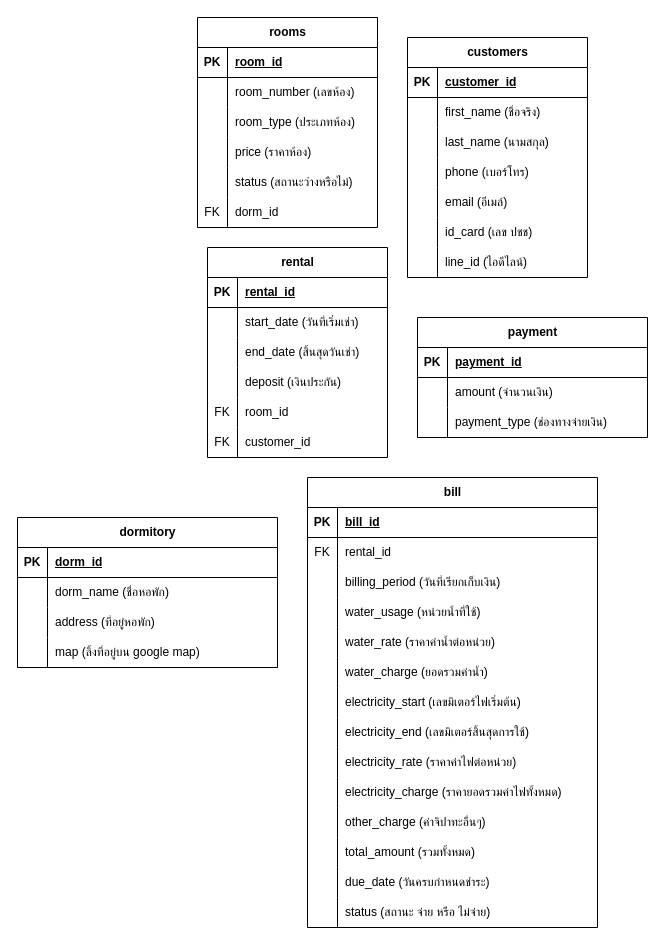
Earlier version of the draw.io diagram page "หน้า-1" (1 of 2) of databaseDesign.drawio (WanchaiSae/rentHorPa). Source tidied: cells renumbered, new cells numbered last; positions are measured from the earlier drawing's top-left corner, leaving out a move shared by most shapes. Both pictures are drawn from the tidied source at 100%, with x=0, y=0 at pixel (17, 17).
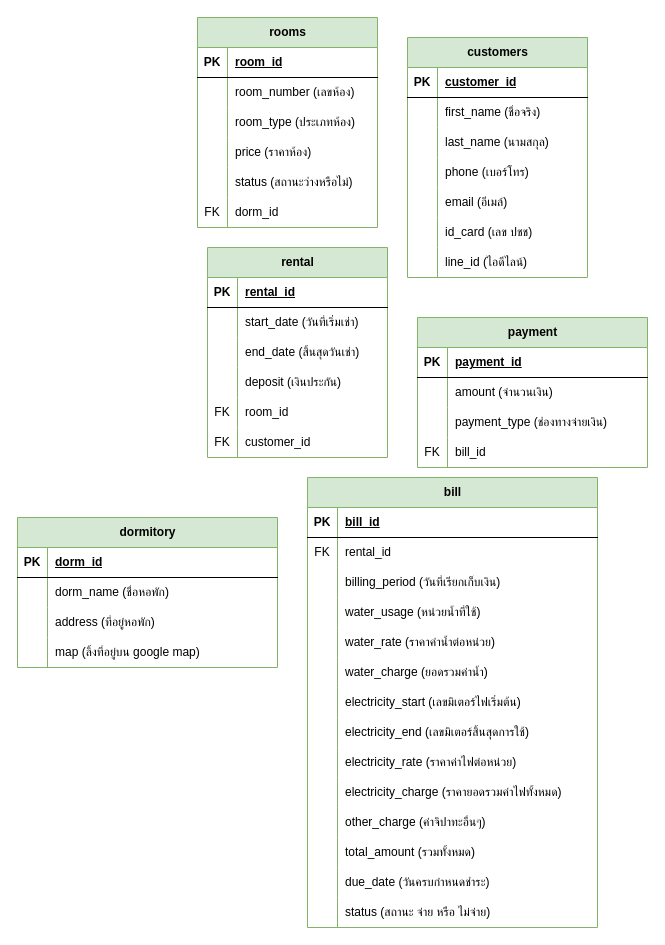
Above is the later version.

The edit, as a diff of the source:
```diff
@@
-    <mxCell id="2" value="rooms" style="shape=table;startSize=30;childLayout=tableLayout;rowLines=0;fontStyle=1;align=center;html=1;" parent="1" vertex="1">
+    <mxCell id="2" value="rooms" style="shape=table;startSize=30;childLayout=tableLayout;rowLines=0;fontStyle=1;align=center;html=1;fillColor=#d5e8d4;strokeColor=#82b366;" parent="1" vertex="1">
       <mxGeometry x="180" width="180" height="210" as="geometry" />
     </mxCell>
@@
-    <mxCell id="21" value="customers" style="shape=table;startSize=30;childLayout=tableLayout;rowLines=0;fontStyle=1;align=center;html=1;" parent="1" vertex="1">
+    <mxCell id="21" value="customers" style="shape=table;startSize=30;childLayout=tableLayout;rowLines=0;fontStyle=1;align=center;html=1;fillColor=#d5e8d4;strokeColor=#82b366;" parent="1" vertex="1">
       <mxGeometry x="390" y="20" width="180" height="240" as="geometry" />
     </mxCell>
@@
-    <mxCell id="43" value="payment" style="shape=table;startSize=30;childLayout=tableLayout;rowLines=0;fontStyle=1;align=center;html=1;" parent="1" vertex="1">
-      <mxGeometry x="400" y="300" width="230" height="120" as="geometry" />
+    <mxCell id="43" value="payment" style="shape=table;startSize=30;childLayout=tableLayout;rowLines=0;fontStyle=1;align=center;html=1;fillColor=#d5e8d4;strokeColor=#82b366;" parent="1" vertex="1">
+      <mxGeometry x="400" y="300" width="230" height="150" as="geometry" />
     </mxCell>
@@
+    <mxCell id="128" style="shape=tableRow;horizontal=0;startSize=0;swimlaneHead=0;swimlaneBody=0;fillColor=none;top=0;left=0;right=0;bottom=0;" parent="43" vertex="1">
+      <mxGeometry y="120" width="230" height="30" as="geometry" />
+    </mxCell>
+    <mxCell id="129" value="FK" style="shape=partialRectangle;fillColor=none;top=0;left=0;bottom=0;right=0;overflow=hidden;whiteSpace=wrap;html=1;" parent="128" vertex="1">
+      <mxGeometry width="30" height="30" as="geometry" />
+    </mxCell>
+    <mxCell id="130" value="bill_id&amp;nbsp;" style="shape=partialRectangle;fillColor=none;top=0;left=0;bottom=0;right=0;align=left;spacingLeft=6;overflow=hidden;whiteSpace=wrap;html=1;" parent="128" vertex="1">
+      <mxGeometry x="30" width="200" height="30" as="geometry" />
+    </mxCell>
-    <mxCell id="53" value="rental" style="shape=table;startSize=30;childLayout=tableLayout;rowLines=0;fontStyle=1;align=center;html=1;" parent="1" vertex="1">
+    <mxCell id="53" value="rental" style="shape=table;startSize=30;childLayout=tableLayout;rowLines=0;fontStyle=1;align=center;html=1;fillColor=#d5e8d4;strokeColor=#82b366;" parent="1" vertex="1">
       <mxGeometry x="190" y="230" width="180" height="210" as="geometry" />
     </mxCell>
@@
-    <mxCell id="72" value="bill" style="shape=table;startSize=30;childLayout=tableLayout;rowLines=0;fontStyle=1;align=center;html=1;" parent="1" vertex="1">
+    <mxCell id="72" value="bill" style="shape=table;startSize=30;childLayout=tableLayout;rowLines=0;fontStyle=1;align=center;html=1;fillColor=#d5e8d4;strokeColor=#82b366;" parent="1" vertex="1">
       <mxGeometry x="290" y="460" width="290" height="450" as="geometry" />
     </mxCell>
@@
-    <mxCell id="115" value="dormitory" style="shape=table;startSize=30;childLayout=tableLayout;rowLines=0;fontStyle=1;align=center;html=1;" parent="1" vertex="1">
+    <mxCell id="115" value="dormitory" style="shape=table;startSize=30;childLayout=tableLayout;rowLines=0;fontStyle=1;align=center;html=1;fillColor=#d5e8d4;strokeColor=#82b366;" parent="1" vertex="1">
       <mxGeometry y="500" width="260" height="150" as="geometry" />
     </mxCell>
```
